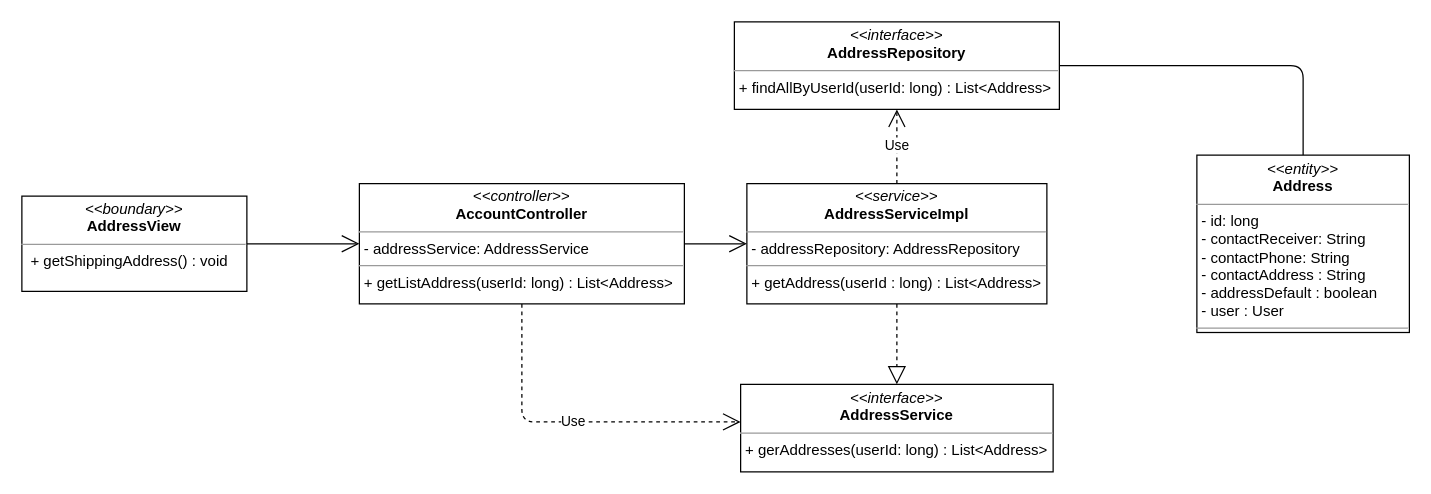
nguyenphamvan/datn_20202 keeps this draw.io diagram as class diagram/get-list-address-class-diagram.drawio. Above is the earlier version. Source tidied: cells renumbered, new cells numbered last; positions are measured from the earlier drawing's top-left corner, leaving out a move shared by most shapes. Both pictures are drawn from the tidied source at 125%, with x=0, y=0 at pixel (21, 21).
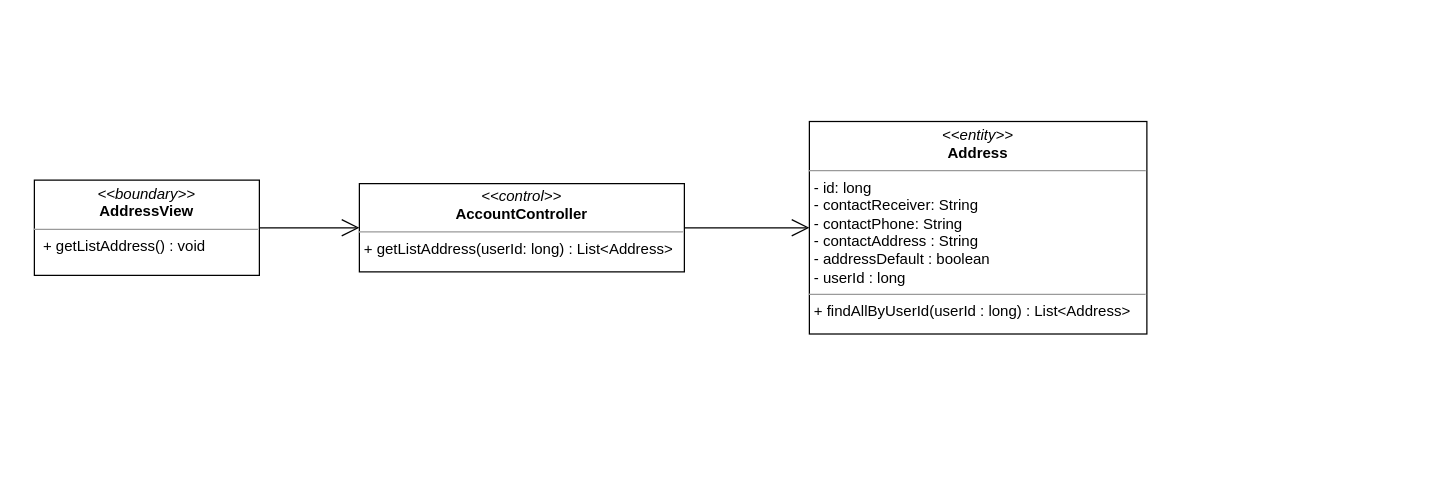
The same diagram, later.

The edit, as a diff of the source:
```diff
@@
 <mxGraphModel>
   <root>
     <mxCell id="0" />
     <mxCell id="1" parent="0" />
-    <mxCell id="2" value="&lt;p style=&quot;margin: 0px ; margin-top: 4px ; text-align: center&quot;&gt;&lt;i&gt;&amp;lt;&amp;lt;boundary&amp;gt;&amp;gt;&lt;/i&gt;&lt;br&gt;&lt;b&gt;AddressView&lt;/b&gt;&lt;/p&gt;&lt;hr size=&quot;1&quot;&gt;&lt;p style=&quot;margin: 0px ; margin-left: 4px&quot;&gt;&lt;span&gt;&amp;nbsp;&lt;/span&gt;&lt;span&gt;+ getShippingAddress() : void&lt;/span&gt;&lt;/p&gt;" style="verticalAlign=top;align=left;overflow=fill;fontSize=12;fontFamily=Helvetica;html=1;" parent="1" vertex="1">
-      <mxGeometry y="139.4" width="180" height="76.2" as="geometry" />
+    <mxCell id="2" value="&lt;p style=&quot;margin: 0px ; margin-top: 4px ; text-align: center&quot;&gt;&lt;i&gt;&amp;lt;&amp;lt;boundary&amp;gt;&amp;gt;&lt;/i&gt;&lt;br&gt;&lt;b&gt;AddressView&lt;/b&gt;&lt;/p&gt;&lt;hr size=&quot;1&quot;&gt;&lt;p style=&quot;margin: 0px ; margin-left: 4px&quot;&gt;&lt;span&gt;&amp;nbsp;&lt;/span&gt;&lt;span&gt;+ getListAddress() : void&lt;/span&gt;&lt;/p&gt;" style="verticalAlign=top;align=left;overflow=fill;fontSize=12;fontFamily=Helvetica;html=1;" parent="1" vertex="1">
+      <mxGeometry x="10" y="126.6" width="180" height="76.2" as="geometry" />
     </mxCell>
     <mxCell id="3" style="endArrow=open;endFill=1;endSize=12;html=1;exitX=1;exitY=0.5;exitDx=0;exitDy=0;" parent="1" edge="1" source="2" target="6">
       <mxGeometry relative="1" as="geometry" />
     </mxCell>
-    <mxCell id="4" style="endArrow=open;endFill=1;endSize=12;html=1;entryX=0;entryY=0.5;entryDx=0;entryDy=0;exitX=1;exitY=0.5;exitDx=0;exitDy=0;edgeStyle=orthogonalEdgeStyle;" parent="1" edge="1" source="8" target="5">
-      <mxGeometry relative="1" as="geometry">
-        <Array as="points">
-          <mxPoint x="1025" y="35" />
-          <mxPoint x="1025" y="178" />
-        </Array>
-      </mxGeometry>
-    </mxCell>
-    <mxCell id="5" value="&lt;p style=&quot;margin: 0px ; margin-top: 4px ; text-align: center&quot;&gt;&lt;i&gt;&amp;lt;&amp;lt;entity&amp;gt;&amp;gt;&lt;/i&gt;&lt;br&gt;&lt;b&gt;Address&lt;/b&gt;&lt;/p&gt;&lt;hr size=&quot;1&quot;&gt;&lt;p style=&quot;margin: 0px ; margin-left: 4px&quot;&gt;- id: long&lt;/p&gt;&lt;p style=&quot;margin: 0px ; margin-left: 4px&quot;&gt;- contactReceiver: String&lt;br&gt;- contactPhone: String&lt;/p&gt;&lt;p style=&quot;margin: 0px ; margin-left: 4px&quot;&gt;- contactAddress : String&lt;/p&gt;&lt;p style=&quot;margin: 0px ; margin-left: 4px&quot;&gt;- addressDefault : boolean&lt;/p&gt;&lt;p style=&quot;margin: 0px ; margin-left: 4px&quot;&gt;- user : User&lt;/p&gt;&lt;hr size=&quot;1&quot;&gt;&lt;p style=&quot;margin: 0px ; margin-left: 4px&quot;&gt;&lt;br&gt;&lt;/p&gt;" style="verticalAlign=top;align=left;overflow=fill;fontSize=12;fontFamily=Helvetica;html=1;" parent="1" vertex="1">
-      <mxGeometry x="940" y="106.6" width="170" height="141.9" as="geometry" />
+    <mxCell id="5" value="&lt;p style=&quot;margin: 0px ; margin-top: 4px ; text-align: center&quot;&gt;&lt;i&gt;&amp;lt;&amp;lt;entity&amp;gt;&amp;gt;&lt;/i&gt;&lt;br&gt;&lt;b&gt;Address&lt;/b&gt;&lt;/p&gt;&lt;hr size=&quot;1&quot;&gt;&lt;p style=&quot;margin: 0px ; margin-left: 4px&quot;&gt;- id: long&lt;/p&gt;&lt;p style=&quot;margin: 0px ; margin-left: 4px&quot;&gt;- contactReceiver: String&lt;br&gt;- contactPhone: String&lt;/p&gt;&lt;p style=&quot;margin: 0px ; margin-left: 4px&quot;&gt;- contactAddress : String&lt;/p&gt;&lt;p style=&quot;margin: 0px ; margin-left: 4px&quot;&gt;- addressDefault : boolean&lt;/p&gt;&lt;p style=&quot;margin: 0px ; margin-left: 4px&quot;&gt;- userId : long&lt;/p&gt;&lt;hr size=&quot;1&quot;&gt;&lt;p style=&quot;margin: 0px ; margin-left: 4px&quot;&gt;+ findAllByUserId(userId : long) : List&amp;lt;Address&amp;gt;&lt;/p&gt;" style="verticalAlign=top;align=left;overflow=fill;fontSize=12;fontFamily=Helvetica;html=1;" parent="1" vertex="1">
+      <mxGeometry x="630" y="79.7" width="270" height="170" as="geometry" />
     </mxCell>
-    <mxCell id="6" value="&lt;p style=&quot;margin: 0px ; margin-top: 4px ; text-align: center&quot;&gt;&lt;i&gt;&amp;lt;&amp;lt;controller&amp;gt;&amp;gt;&lt;/i&gt;&lt;br&gt;&lt;b&gt;AccountController&lt;/b&gt;&lt;br&gt;&lt;/p&gt;&lt;hr size=&quot;1&quot;&gt;&lt;p style=&quot;margin: 0px ; margin-left: 4px&quot;&gt;- addressService: AddressService&lt;/p&gt;&lt;hr size=&quot;1&quot;&gt;&lt;p style=&quot;margin: 0px ; margin-left: 4px&quot;&gt;+ getListAddress(userId: long) : List&amp;lt;Address&amp;gt;&lt;br&gt;&lt;/p&gt;" style="verticalAlign=top;align=left;overflow=fill;fontSize=12;fontFamily=Helvetica;html=1;" parent="1" vertex="1">
-      <mxGeometry x="270" y="129.4" width="260" height="96.2" as="geometry" />
+    <mxCell id="6" value="&lt;p style=&quot;margin: 0px ; margin-top: 4px ; text-align: center&quot;&gt;&lt;i&gt;&amp;lt;&amp;lt;control&amp;gt;&amp;gt;&lt;/i&gt;&lt;br&gt;&lt;b&gt;AccountController&lt;/b&gt;&lt;br&gt;&lt;/p&gt;&lt;hr size=&quot;1&quot;&gt;&lt;p style=&quot;margin: 0px ; margin-left: 4px&quot;&gt;&lt;/p&gt;&lt;p style=&quot;margin: 0px ; margin-left: 4px&quot;&gt;+ getListAddress(userId: long) : List&amp;lt;Address&amp;gt;&lt;br&gt;&lt;/p&gt;" style="verticalAlign=top;align=left;overflow=fill;fontSize=12;fontFamily=Helvetica;html=1;" parent="1" vertex="1">
+      <mxGeometry x="270" y="129.4" width="260" height="70.6" as="geometry" />
     </mxCell>
-    <mxCell id="7" value="&lt;p style=&quot;margin: 0px ; margin-top: 4px ; text-align: center&quot;&gt;&lt;i&gt;&amp;lt;&amp;lt;interface&amp;gt;&amp;gt;&lt;/i&gt;&lt;br&gt;&lt;b&gt;AddressService&lt;/b&gt;&lt;/p&gt;&lt;hr size=&quot;1&quot;&gt;&lt;p style=&quot;margin: 0px ; margin-left: 4px&quot;&gt;+ gerAddresses(userId: long) : List&amp;lt;Address&amp;gt;&lt;/p&gt;" style="verticalAlign=top;align=left;overflow=fill;fontSize=12;fontFamily=Helvetica;html=1;" parent="1" vertex="1">
-      <mxGeometry x="575" y="290" width="250" height="70" as="geometry" />
-    </mxCell>
-    <mxCell id="8" value="&lt;p style=&quot;margin: 0px ; margin-top: 4px ; text-align: center&quot;&gt;&lt;i&gt;&amp;lt;&amp;lt;interface&amp;gt;&amp;gt;&lt;/i&gt;&lt;br&gt;&lt;b&gt;AddressRepository&lt;/b&gt;&lt;/p&gt;&lt;hr size=&quot;1&quot;&gt;&lt;p style=&quot;margin: 0px ; margin-left: 4px&quot;&gt;+ findAllByUserId(userId: long) : List&amp;lt;Address&amp;gt;&lt;br&gt;&lt;/p&gt;" style="verticalAlign=top;align=left;overflow=fill;fontSize=12;fontFamily=Helvetica;html=1;" parent="1" vertex="1">
-      <mxGeometry x="570" width="260" height="70" as="geometry" />
-    </mxCell>
-    <mxCell id="9" value="&lt;p style=&quot;margin: 0px ; margin-top: 4px ; text-align: center&quot;&gt;&lt;i&gt;&amp;lt;&amp;lt;service&amp;gt;&amp;gt;&lt;/i&gt;&lt;br&gt;&lt;b&gt;AddressServiceImpl&lt;/b&gt;&lt;br&gt;&lt;/p&gt;&lt;hr size=&quot;1&quot;&gt;&lt;p style=&quot;margin: 0px ; margin-left: 4px&quot;&gt;- addressRepository: AddressRepository&lt;/p&gt;&lt;hr size=&quot;1&quot;&gt;&lt;p style=&quot;margin: 0px ; margin-left: 4px&quot;&gt;+ getAddress(userId : long) : List&amp;lt;Address&amp;gt;&lt;br&gt;&lt;/p&gt;" style="verticalAlign=top;align=left;overflow=fill;fontSize=12;fontFamily=Helvetica;html=1;" parent="1" vertex="1">
-      <mxGeometry x="580" y="129.4" width="240" height="96.2" as="geometry" />
-    </mxCell>
-    <mxCell id="10" value="Use" style="endArrow=open;endSize=12;dashed=1;html=1;edgeStyle=orthogonalEdgeStyle;" parent="1" edge="1" source="6" target="7">
-      <mxGeometry relative="1" as="geometry">
-        <Array as="points">
-          <mxPoint x="400" y="320" />
-        </Array>
-      </mxGeometry>
-    </mxCell>
-    <mxCell id="11" style="endArrow=open;endFill=1;endSize=12;html=1;" parent="1" edge="1" source="6" target="9">
+    <mxCell id="11" style="endArrow=open;endFill=1;endSize=12;html=1;" parent="1" edge="1" source="6" target="5">
       <mxGeometry relative="1" as="geometry" />
     </mxCell>
-    <mxCell id="12" style="endArrow=block;dashed=1;endFill=0;endSize=12;html=1;" parent="1" edge="1" source="9" target="7">
-      <mxGeometry relative="1" as="geometry" />
-    </mxCell>
-    <mxCell id="13" value="Use" style="endArrow=open;endSize=12;dashed=1;html=1;" parent="1" edge="1" source="9" target="8">
-      <mxGeometry relative="1" as="geometry" />
-    </mxCell>
   </root>
 </mxGraphModel>
```
